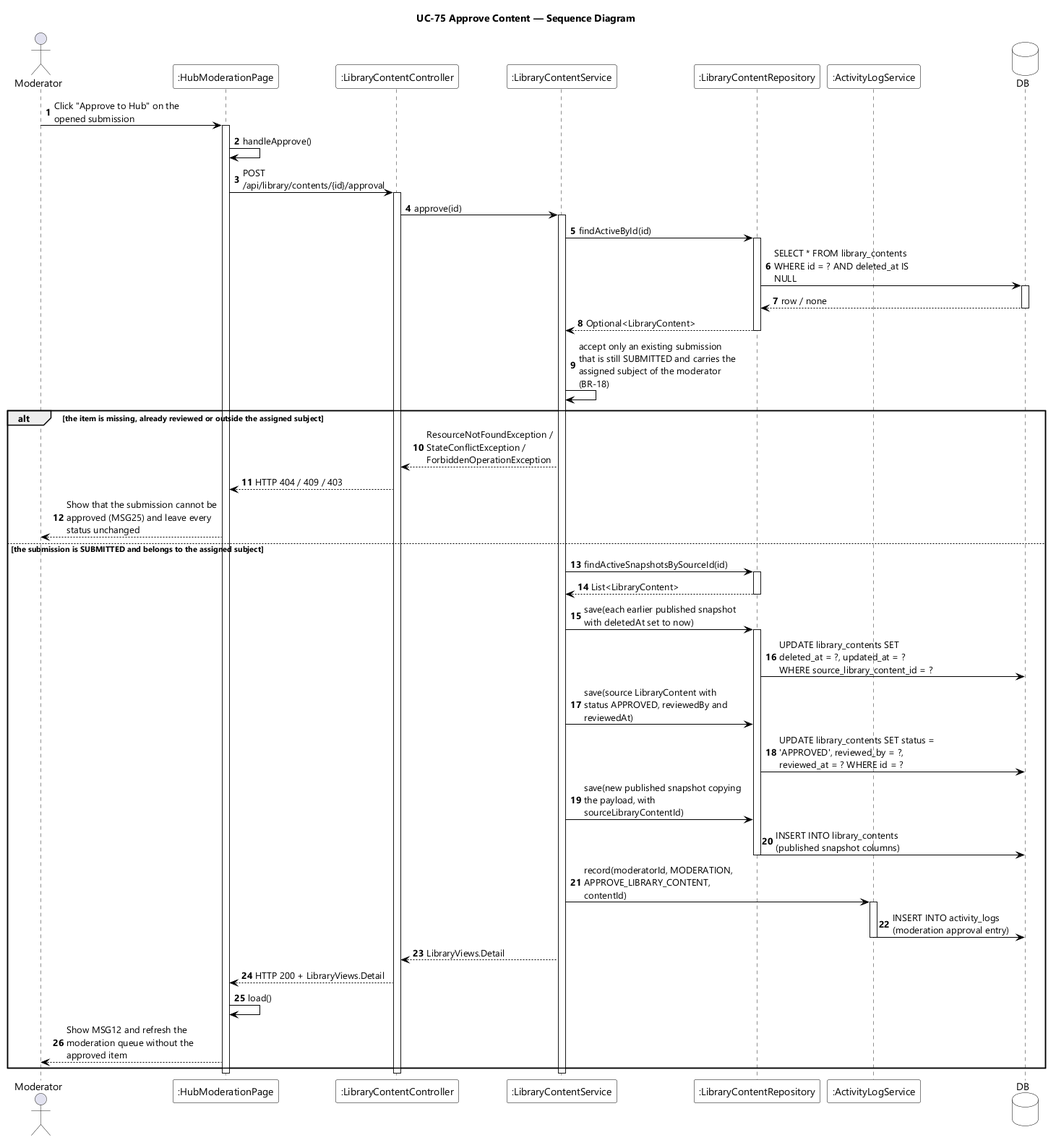
This is designs/sds-diagrams/uc75/uc75-sequence-diagram.png from EduA-system/EduA-system, a PlantUML export, as it was before one commit.
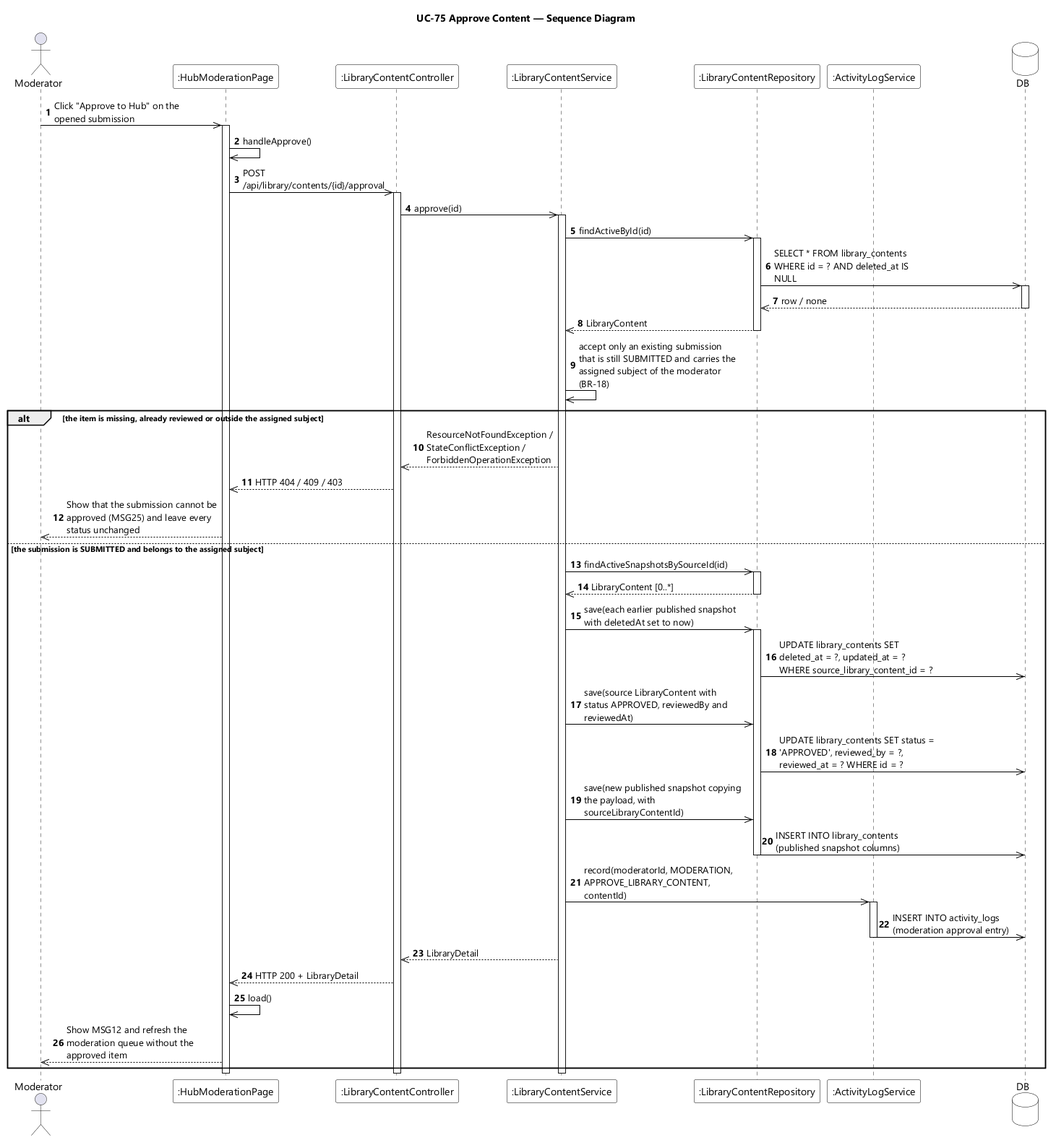
Later version of the same file.

Diff of the diagram source:
```diff
@@ -20,48 +20,48 @@
 database DB
 
 autonumber
-Moderator -> UI : Click "Approve to Hub" on the opened submission
+Moderator ->> UI : Click "Approve to Hub" on the opened submission
 activate UI
-UI -> UI : handleApprove()
-UI -> CTL : POST /api/library/contents/{id}/approval
+UI ->> UI : handleApprove()
+UI ->> CTL : POST /api/library/contents/{id}/approval
 activate CTL
-CTL -> SVC : approve(id)
+CTL ->> SVC : approve(id)
 activate SVC
-SVC -> REPO : findActiveById(id)
+SVC ->> REPO : findActiveById(id)
 activate REPO
-REPO -> DB : SELECT * FROM library_contents WHERE id = ? AND deleted_at IS NULL
+REPO ->> DB : SELECT * FROM library_contents WHERE id = ? AND deleted_at IS NULL
 activate DB
-DB --> REPO : row / none
+DB -->> REPO : row / none
 deactivate DB
-REPO --> SVC : Optional<LibraryContent>
+REPO -->> SVC : LibraryContent
 deactivate REPO
-SVC -> SVC : accept only an existing submission that is still SUBMITTED and carries the assigned subject of the moderator (BR-18)
+SVC ->> SVC : accept only an existing submission that is still SUBMITTED and carries the assigned subject of the moderator (BR-18)
 
 alt the item is missing, already reviewed or outside the assigned subject
-  SVC --> CTL : ResourceNotFoundException / StateConflictException / ForbiddenOperationException
-  CTL --> UI : HTTP 404 / 409 / 403
-  UI --> Moderator : Show that the submission cannot be approved (MSG25) and leave every status unchanged
+  SVC -->> CTL : ResourceNotFoundException / StateConflictException / ForbiddenOperationException
+  CTL -->> UI : HTTP 404 / 409 / 403
+  UI -->> Moderator : Show that the submission cannot be approved (MSG25) and leave every status unchanged
 else the submission is SUBMITTED and belongs to the assigned subject
-  SVC -> REPO : findActiveSnapshotsBySourceId(id)
+  SVC ->> REPO : findActiveSnapshotsBySourceId(id)
   activate REPO
-  REPO --> SVC : List<LibraryContent>
+  REPO -->> SVC : LibraryContent [0..*]
   deactivate REPO
-  SVC -> REPO : save(each earlier published snapshot with deletedAt set to now)
+  SVC ->> REPO : save(each earlier published snapshot with deletedAt set to now)
   activate REPO
-  REPO -> DB : UPDATE library_contents SET deleted_at = ?, updated_at = ? WHERE source_library_content_id = ?
-  SVC -> REPO : save(source LibraryContent with status APPROVED, reviewedBy and reviewedAt)
-  REPO -> DB : UPDATE library_contents SET status = 'APPROVED', reviewed_by = ?, reviewed_at = ? WHERE id = ?
-  SVC -> REPO : save(new published snapshot copying the payload, with sourceLibraryContentId)
-  REPO -> DB : INSERT INTO library_contents (published snapshot columns)
+  REPO ->> DB : UPDATE library_contents SET deleted_at = ?, updated_at = ? WHERE source_library_content_id = ?
+  SVC ->> REPO : save(source LibraryContent with status APPROVED, reviewedBy and reviewedAt)
+  REPO ->> DB : UPDATE library_contents SET status = 'APPROVED', reviewed_by = ?, reviewed_at = ? WHERE id = ?
+  SVC ->> REPO : save(new published snapshot copying the payload, with sourceLibraryContentId)
+  REPO ->> DB : INSERT INTO library_contents (published snapshot columns)
   deactivate REPO
-  SVC -> LOG : record(moderatorId, MODERATION, APPROVE_LIBRARY_CONTENT, contentId)
+  SVC ->> LOG : record(moderatorId, MODERATION, APPROVE_LIBRARY_CONTENT, contentId)
   activate LOG
-  LOG -> DB : INSERT INTO activity_logs (moderation approval entry)
+  LOG ->> DB : INSERT INTO activity_logs (moderation approval entry)
   deactivate LOG
-  SVC --> CTL : LibraryViews.Detail
-  CTL --> UI : HTTP 200 + LibraryViews.Detail
-  UI -> UI : load()
-  UI --> Moderator : Show MSG12 and refresh the moderation queue without the approved item
+  SVC -->> CTL : LibraryDetail
+  CTL -->> UI : HTTP 200 + LibraryDetail
+  UI ->> UI : load()
+  UI -->> Moderator : Show MSG12 and refresh the moderation queue without the approved item
 end
 deactivate SVC
 deactivate CTL
```
